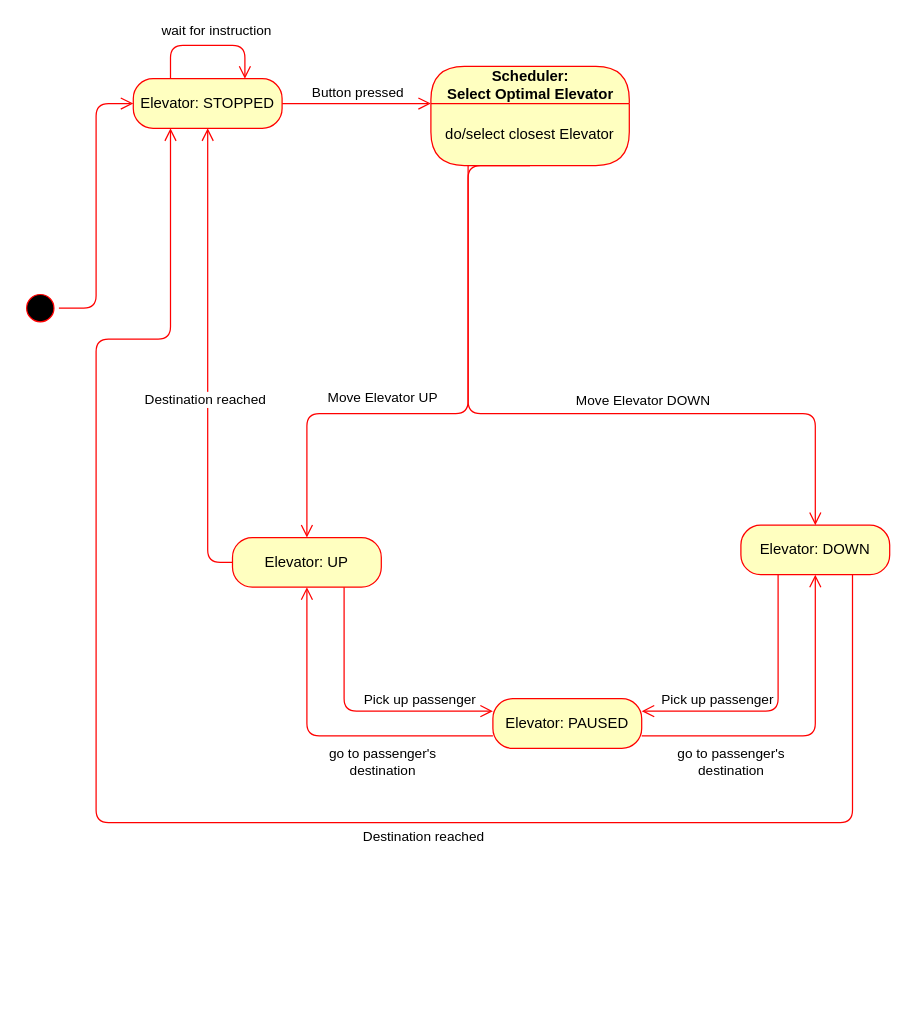
Earlier version of the draw.io diagram gr5_state_machine.drawio (Mario760/Elevator-Simulation-System). Source tidied: cells renumbered, new cells numbered last; positions are measured from the earlier drawing's top-left corner, leaving out a move shared by most shapes. Both pictures are drawn from the tidied source at 124%, with x=0, y=0 at pixel (21, 45).
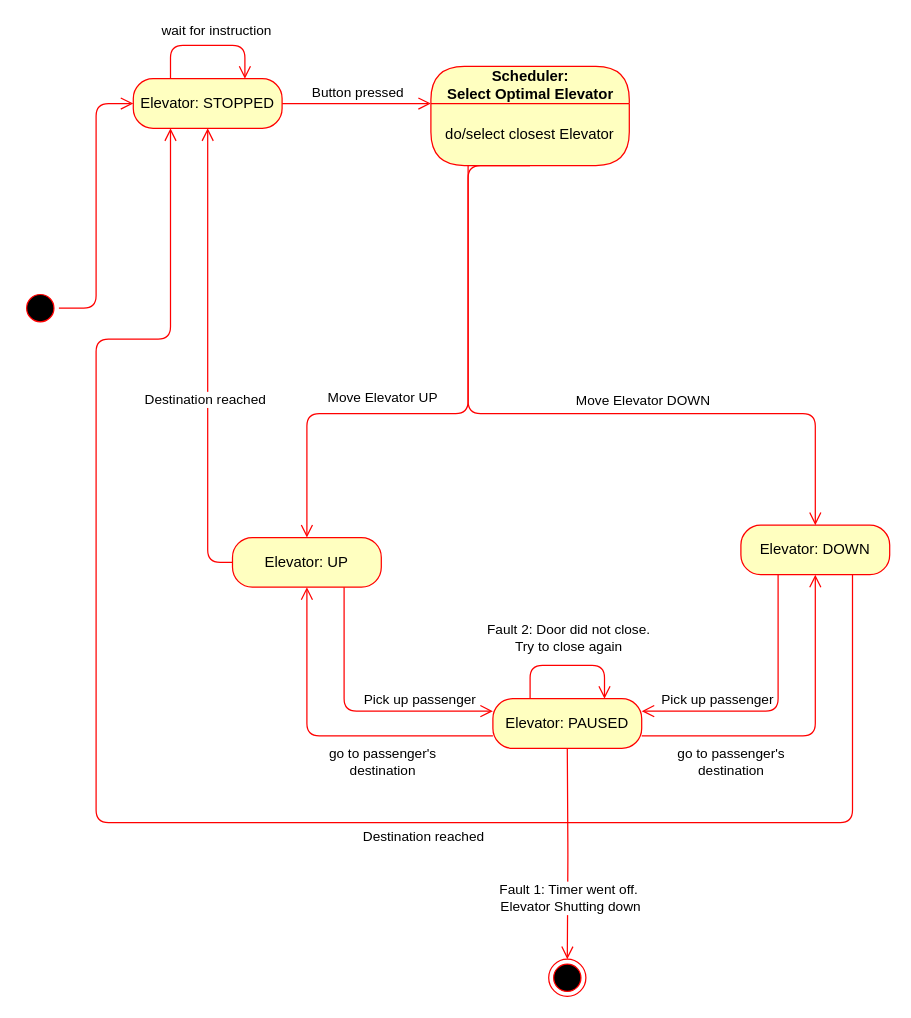
Above is the later version.

Commit message (it also covers changes not shown here):
Updated SchedulerTest and added iteration 5 diagrams

Diff of the diagram source:
```diff
@@
+    <mxCell id="30" style="ellipse;html=1;shape=endState;fillColor=#000000;strokeColor=#ff0000;" parent="1" vertex="1">
+      <mxGeometry x="425" y="737" width="30" height="30" as="geometry" />
+    </mxCell>
+    <mxCell id="31" style="edgeStyle=orthogonalEdgeStyle;html=1;verticalAlign=bottom;endArrow=open;endSize=8;strokeColor=#ff0000;entryX=0.5;entryY=0;entryDx=0;entryDy=0;" parent="1" edge="1" target="30">
+      <mxGeometry relative="1" as="geometry">
+        <mxPoint x="440" y="567" as="sourcePoint" />
+      </mxGeometry>
+    </mxCell>
+    <mxCell id="32" value="Fault 1: Timer went off.&lt;br&gt;&amp;nbsp;Elevator Shutting down" style="edgeLabel;html=1;align=center;verticalAlign=middle;" parent="31" vertex="1">
+      <mxGeometry x="0.18" y="-1" relative="1" as="geometry">
+        <mxPoint x="1" y="20" as="offset" />
+      </mxGeometry>
+    </mxCell>
+    <mxCell id="33" style="edgeStyle=orthogonalEdgeStyle;html=1;verticalAlign=bottom;endArrow=open;endSize=8;strokeColor=#ff0000;exitX=0.25;exitY=0;exitDx=0;exitDy=0;entryX=0.75;entryY=0;entryDx=0;entryDy=0;" parent="1" edge="1">
+      <mxGeometry relative="1" as="geometry">
+        <mxPoint x="410" y="527" as="sourcePoint" />
+        <mxPoint x="470" y="527" as="targetPoint" />
+        <Array as="points">
+          <mxPoint x="410" y="500" />
+          <mxPoint x="470" y="500" />
+        </Array>
+      </mxGeometry>
+    </mxCell>
+    <mxCell id="34" value="Fault 2: Door did not close.&lt;br&gt;Try to close again" style="edgeLabel;html=1;align=center;verticalAlign=middle;" parent="33" vertex="1">
+      <mxGeometry x="-0.17" y="1" relative="1" as="geometry">
+        <mxPoint x="10" y="-22" as="offset" />
+      </mxGeometry>
+    </mxCell>
```
